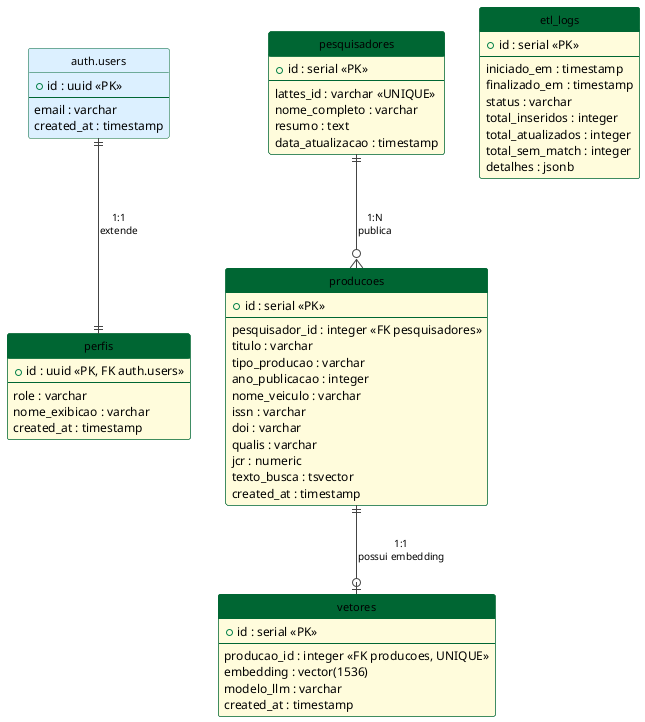
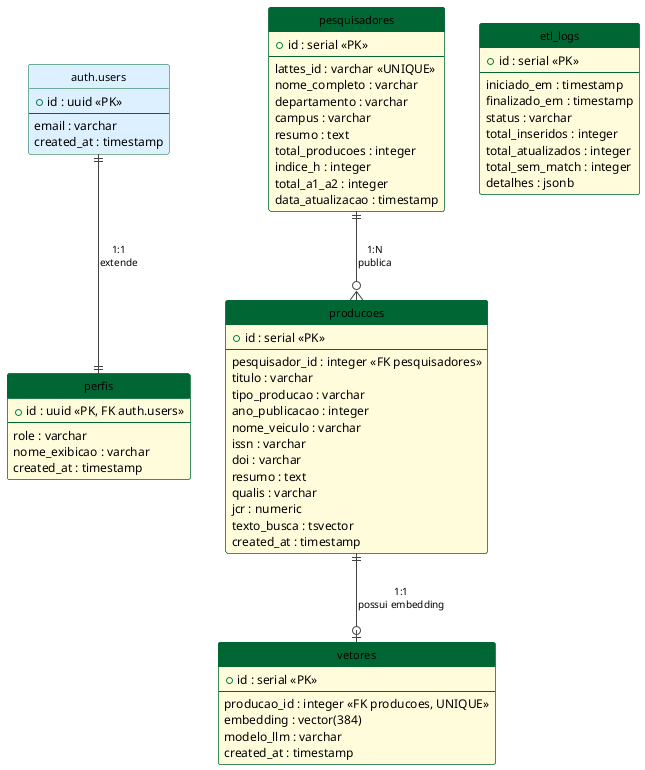
- @startuml SPK-79_DiagramaER_v3
+ @startuml SPK-79_DiagramaER_v4

skinparam backgroundColor #FFFFFF
skinparam defaultFontName Arial
skinparam defaultFontSize 12

skinparam class {
  BackgroundColor #FFFCDC
  BorderColor #006633
  HeaderBackgroundColor #006633
  HeaderFontColor #FFFFFF
  HeaderFontStyle bold
  FontSize 11
}

skinparam arrow {
  Color #444444
  FontSize 10
}

hide circle
hide methods

' ════════════════════════════════════════════════════════
' SUPABASE AUTH (gerenciada externamente pelo Supabase)
' ════════════════════════════════════════════════════════
class "auth.users" as AUTH #DCF0FF {
  + id : uuid <<PK>>
  --
  email : varchar
  created_at : timestamp
}

' ════════════════════════════════════════════════════════
' PERFIS
' ════════════════════════════════════════════════════════
class "perfis" as PERFIS {
  + id : uuid <<PK, FK auth.users>>
  --
  role : varchar
  nome_exibicao : varchar
  created_at : timestamp
}

' ════════════════════════════════════════════════════════
' PESQUISADORES
' ════════════════════════════════════════════════════════
class "pesquisadores" as PESQ {
  + id : serial <<PK>>
  --
  lattes_id : varchar <<UNIQUE>>
  nome_completo : varchar
+   departamento : varchar
+   campus : varchar
  resumo : text
+   total_producoes : integer
+   indice_h : integer
+   total_a1_a2 : integer
  data_atualizacao : timestamp
}

' ════════════════════════════════════════════════════════
' PRODUCOES
' ════════════════════════════════════════════════════════
class "producoes" as PROD {
  + id : serial <<PK>>
  --
  pesquisador_id : integer <<FK pesquisadores>>
  titulo : varchar
  tipo_producao : varchar
  ano_publicacao : integer
  nome_veiculo : varchar
  issn : varchar
  doi : varchar
+   resumo : text
  qualis : varchar
  jcr : numeric
  texto_busca : tsvector
  created_at : timestamp
}

' ════════════════════════════════════════════════════════
' VETORES
' ════════════════════════════════════════════════════════
class "vetores" as VET {
  + id : serial <<PK>>
  --
  producao_id : integer <<FK producoes, UNIQUE>>
-   embedding : vector(1536)
+   embedding : vector(384)
  modelo_llm : varchar
  created_at : timestamp
}

' ════════════════════════════════════════════════════════
' ETL LOGS
' ════════════════════════════════════════════════════════
class "etl_logs" as LOG {
  + id : serial <<PK>>
  --
  iniciado_em : timestamp
  finalizado_em : timestamp
  status : varchar
  total_inseridos : integer
  total_atualizados : integer
  total_sem_match : integer
  detalhes : jsonb
}

' ════════════════════════════════════════════════════════
' RELACIONAMENTOS
' ════════════════════════════════════════════════════════
AUTH ||--|| PERFIS : "1:1\nextende"
PESQ ||--o{ PROD   : "1:N\npublica"
PROD ||--o| VET    : "1:1\npossui embedding"

@enduml
